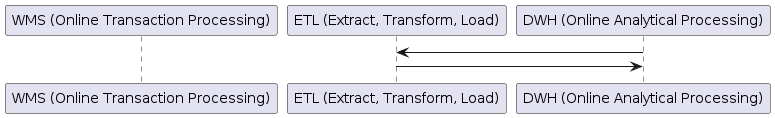
The PlantUML diagram diagrams/oltp_to_olap.png in blro-ep/ITCNE23-SEM-III, before a commit.
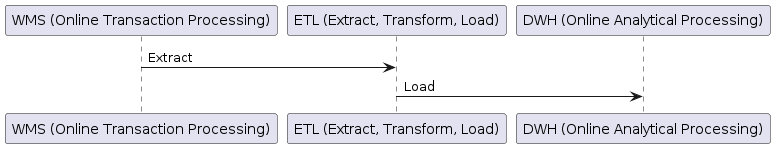
The same diagram one commit later.

The edit, as a diff of the source:
```diff
@@ -1,8 +1,8 @@
 @startuml oltp_to_olap
 participant "WMS (Online Transaction Processing)" as WMS
 participant "ETL (Extract, Transform, Load)" as ETL
-participant "DWH (Online Analytical Processing)" as OLAP
+participant "DWH (Online Analytical Processing)" as DWH
 
-OLAP -> ETL:
-ETL -> OLAP:
+WMS -> ETL: Extract
+ETL -> DWH: Load
 @enduml
```
